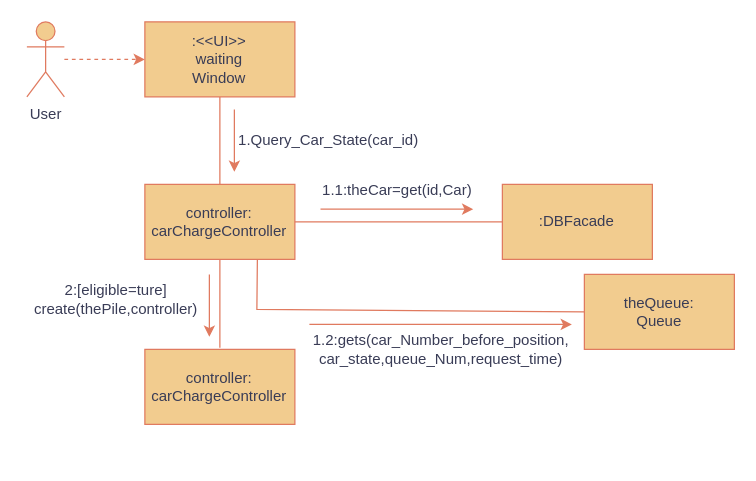
Before: 2.1.4.drawio in uk-pk-mkk/OOD-UML, a draw.io diagram. Source tidied: cells renumbered, new cells numbered last; positions are measured from the earlier drawing's top-left corner, leaving out a move shared by most shapes. Both pictures are drawn from the tidied source at 125%, with x=0, y=0 at pixel (21, 21).
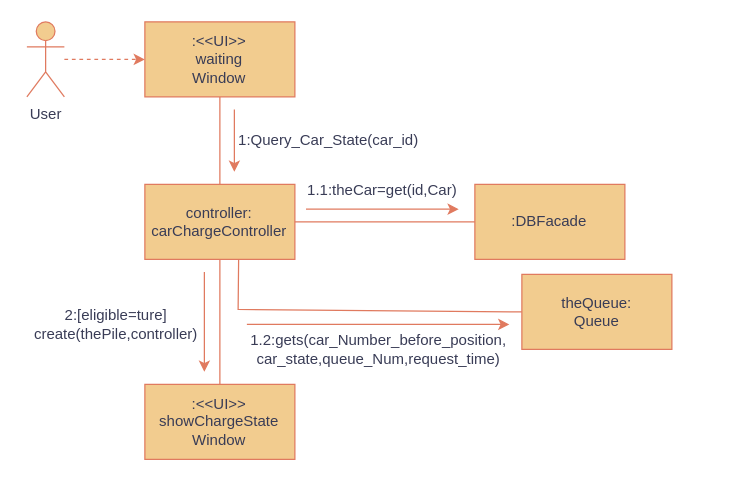
Above is the later version.

Unchanged cells that the change refers to:
```xml
<mxCell id="3" value="controller:&lt;br&gt;carChargeController" style="rounded=0;whiteSpace=wrap;html=1;labelBackgroundColor=none;fillColor=#F2CC8F;strokeColor=#E07A5F;fontColor=#393C56;" parent="1" vertex="1">
  <mxGeometry x="98.4" y="130" width="120" height="60" as="geometry" />
</mxCell>
```

Diff of the diagram source:
```diff
@@
     <mxCell id="5" value="theQueue:&lt;div&gt;Queue&lt;/div&gt;" style="rounded=0;whiteSpace=wrap;html=1;labelBackgroundColor=none;fillColor=#F2CC8F;strokeColor=#E07A5F;fontColor=#393C56;" parent="1" vertex="1">
-      <mxGeometry x="450" y="202" width="120" height="60" as="geometry" />
+      <mxGeometry x="400" y="202" width="120" height="60" as="geometry" />
     </mxCell>
     <mxCell id="6" value=":DBFacade" style="rounded=0;whiteSpace=wrap;html=1;labelBackgroundColor=none;fillColor=#F2CC8F;strokeColor=#E07A5F;fontColor=#393C56;" parent="1" vertex="1">
-      <mxGeometry x="384.4" y="130" width="120" height="60" as="geometry" />
+      <mxGeometry x="362.4" y="130" width="120" height="60" as="geometry" />
     </mxCell>
     <mxCell id="7" value="1.1:theCar=get(id,Car)" style="text;html=1;align=center;verticalAlign=middle;strokeColor=none;fillColor=none;rounded=0;labelBackgroundColor=none;fontColor=#393C56;" parent="1" vertex="1">
-      <mxGeometry x="230" y="120" width="140" height="30" as="geometry" />
+      <mxGeometry x="218.4" y="120" width="140" height="30" as="geometry" />
     </mxCell>
     <mxCell id="8" style="endArrow=classic;html=1;rounded=0;labelBackgroundColor=none;strokeColor=#E07A5F;fontColor=default;exitX=0.099;exitY=-0.003;exitDx=0;exitDy=0;exitPerimeter=0;" parent="1" edge="1">
       <mxGeometry relative="1" as="geometry">
-        <mxPoint x="238.9" y="149.7" as="sourcePoint" />
-        <mxPoint x="361.1" y="149.8" as="targetPoint" />
+        <mxPoint x="227.3" y="149.7" as="sourcePoint" />
+        <mxPoint x="349.5" y="149.8" as="targetPoint" />
       </mxGeometry>
     </mxCell>
-    <mxCell id="9" style="endArrow=none;html=1;rounded=0;entryX=0;entryY=0.5;entryDx=0;entryDy=0;labelBackgroundColor=none;strokeColor=#E07A5F;fontColor=default;exitX=0.75;exitY=1;exitDx=0;exitDy=0;" parent="1" edge="1" source="3" target="5">
+    <mxCell id="9" style="endArrow=none;html=1;rounded=0;entryX=0;entryY=0.5;entryDx=0;entryDy=0;labelBackgroundColor=none;strokeColor=#E07A5F;fontColor=default;exitX=0.75;exitY=1;exitDx=0;exitDy=0;" parent="1" edge="1" target="5">
       <mxGeometry relative="1" as="geometry">
+        <mxPoint x="173.4" y="190" as="sourcePoint" />
         <Array as="points">
-          <mxPoint x="188" y="230" />
+          <mxPoint x="173" y="230" />
         </Array>
       </mxGeometry>
     </mxCell>
@@
-    <mxCell id="13" value="1.Query_Car_State(car_id)" style="text;html=1;align=center;verticalAlign=middle;strokeColor=none;fillColor=none;fontColor=#393C56;" parent="1" vertex="1">
+    <mxCell id="13" value="1:Query_Car_State(car_id)" style="text;html=1;align=center;verticalAlign=middle;strokeColor=none;fillColor=none;fontColor=#393C56;" parent="1" vertex="1">
       <mxGeometry x="160" y="79.6" width="170" height="30" as="geometry" />
     </mxCell>
-    <mxCell id="14" value="controller:&lt;br&gt;carChargeController" style="rounded=0;whiteSpace=wrap;html=1;labelBackgroundColor=none;fillColor=#F2CC8F;strokeColor=#E07A5F;fontColor=#393C56;" parent="1" vertex="1">
-      <mxGeometry x="98.4" y="262" width="120" height="60" as="geometry" />
+    <mxCell id="14" value=":&amp;lt;&amp;lt;UI&amp;gt;&amp;gt;&lt;div&gt;showChargeState&lt;/div&gt;&lt;div&gt;Window&lt;/div&gt;" style="rounded=0;whiteSpace=wrap;html=1;labelBackgroundColor=none;fillColor=#F2CC8F;strokeColor=#E07A5F;fontColor=#393C56;" parent="1" vertex="1">
+      <mxGeometry x="98.4" y="290" width="120" height="60" as="geometry" />
     </mxCell>
@@
     <mxCell id="16" value="1.2:gets(car_Number_before_position,&lt;div&gt;car_state,queue_Num,request_time)&lt;/div&gt;" style="text;html=1;align=center;verticalAlign=middle;strokeColor=none;fillColor=none;fontColor=#393C56;" parent="1" vertex="1">
-      <mxGeometry x="220" y="242" width="230" height="40" as="geometry" />
+      <mxGeometry x="170" y="242" width="230" height="40" as="geometry" />
     </mxCell>
     <mxCell id="17" value="2:[eligible=ture]&lt;div&gt;create(thePile,controller)&lt;/div&gt;" style="text;html=1;align=center;verticalAlign=middle;strokeColor=none;fillColor=none;fontColor=#393C56;" parent="1" vertex="1">
-      <mxGeometry y="202" width="150" height="40" as="geometry" />
+      <mxGeometry y="222" width="150" height="40" as="geometry" />
     </mxCell>
-    <mxCell id="18" style="endArrow=none;html=1;rounded=0;strokeColor=#E07A5F;fontColor=#393C56;fillColor=#F2CC8F;" parent="1" edge="1" source="3">
-      <mxGeometry relative="1" as="geometry">
-        <mxPoint x="158.4" y="260.7" as="targetPoint" />
-      </mxGeometry>
-    </mxCell>
     <mxCell id="19" style="endArrow=classic;html=1;rounded=0;strokeColor=#E07A5F;fontColor=#393C56;fillColor=#F2CC8F;" parent="1" edge="1">
       <mxGeometry relative="1" as="geometry">
-        <mxPoint x="150" y="202" as="sourcePoint" />
-        <mxPoint x="150" y="252" as="targetPoint" />
+        <mxPoint x="146" y="200" as="sourcePoint" />
+        <mxPoint x="146" y="280" as="targetPoint" />
       </mxGeometry>
     </mxCell>
     <mxCell id="20" style="endArrow=classic;html=1;rounded=0;labelBackgroundColor=none;strokeColor=#E07A5F;fontColor=default;exitX=0.099;exitY=-0.003;exitDx=0;exitDy=0;exitPerimeter=0;" parent="1" edge="1">
       <mxGeometry relative="1" as="geometry">
-        <mxPoint x="230" y="242" as="sourcePoint" />
-        <mxPoint x="440" y="242" as="targetPoint" />
+        <mxPoint x="180" y="242" as="sourcePoint" />
+        <mxPoint x="390" y="242" as="targetPoint" />
       </mxGeometry>
     </mxCell>
+    <mxCell id="21" style="endArrow=none;html=1;rounded=0;strokeColor=#E07A5F;fontColor=#393C56;fillColor=#F2CC8F;entryX=0.5;entryY=0;entryDx=0;entryDy=0;" parent="1" edge="1" source="3" target="14">
+      <mxGeometry relative="1" as="geometry" />
+    </mxCell>
```
